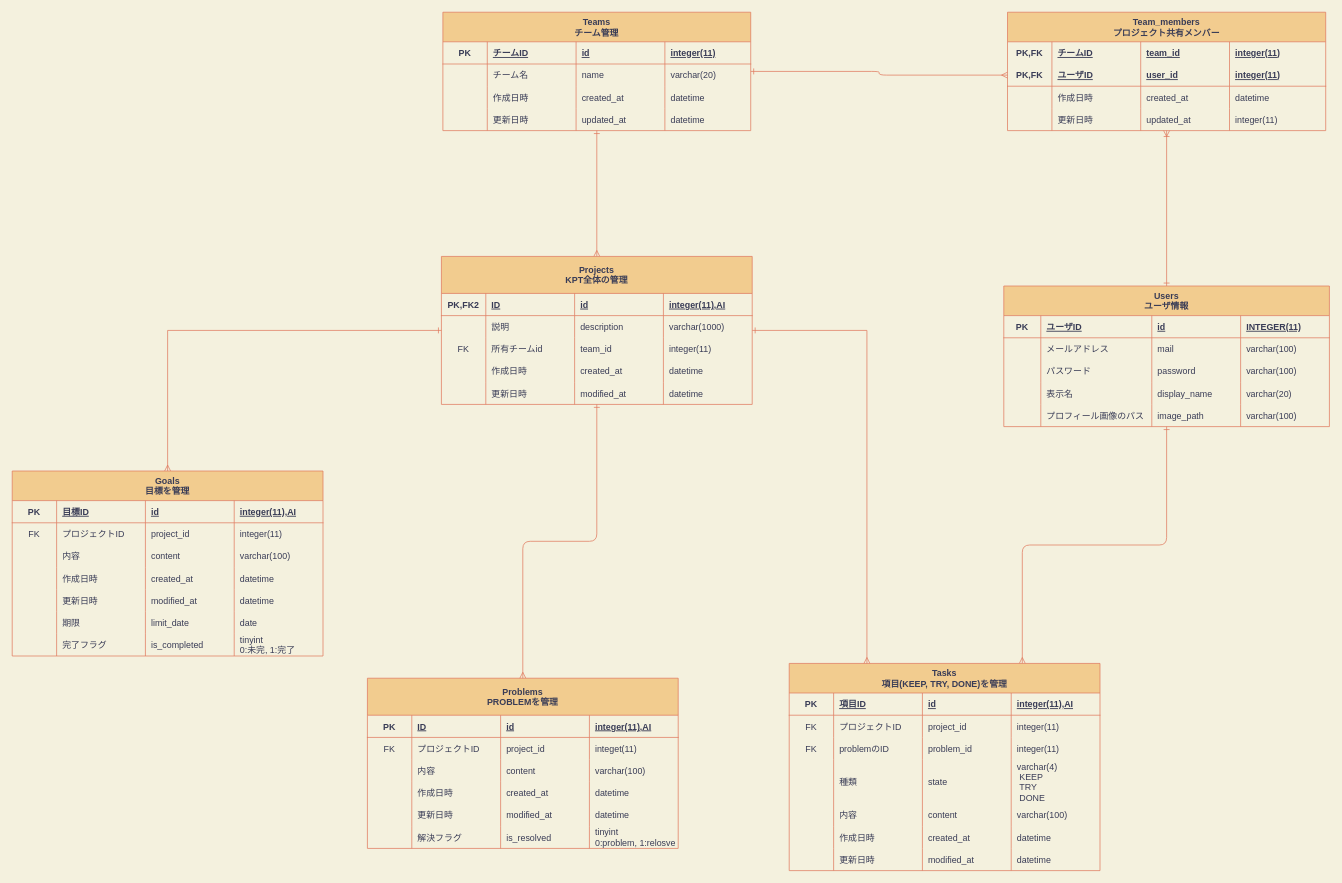
nanas773/kpt-design keeps this draw.io diagram as database_er_diagram.drawio. Above is the earlier version. Source tidied: cells renumbered, new cells numbered last; positions are measured from the earlier drawing's top-left corner, leaving out a move shared by most shapes. Both pictures are drawn from the tidied source at 74%, with x=0, y=0 at pixel (12, 12).
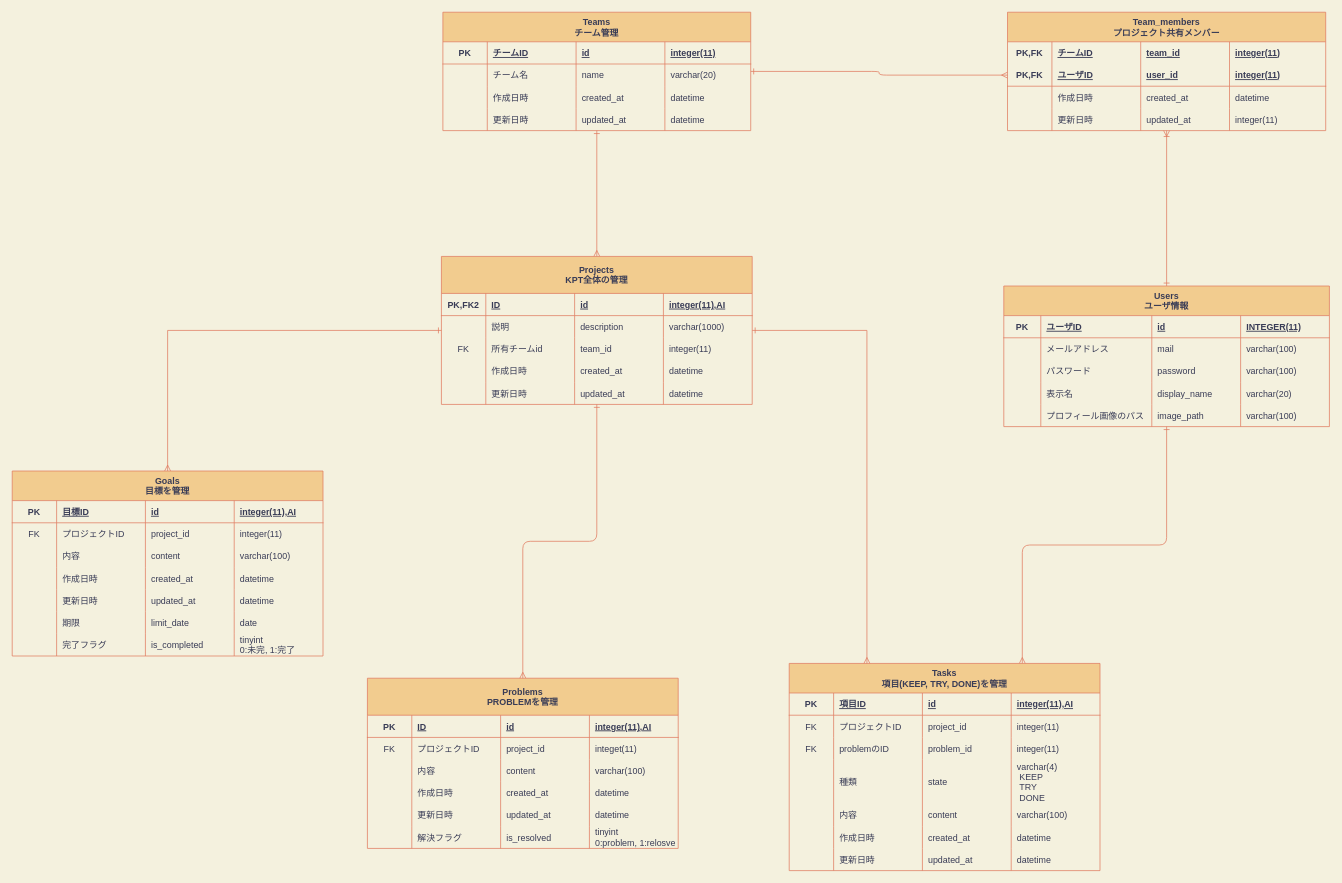
Above is the later version.

Commit message:
Fix: modified_atをupdated_atに変更

Unchanged cells that the change refers to:
```xml
<mxCell id="84" style="shape=partialRectangle;fillColor=none;top=0;left=0;bottom=0;right=0;strokeColor=#E07A5F;fontColor=#393C56;" parent="53" vertex="1">
  <mxGeometry y="250" width="420" height="30" as="geometry" />
</mxCell>
<mxCell id="110" style="shape=partialRectangle;fillColor=none;top=0;left=0;bottom=0;right=0;strokeColor=#E07A5F;fontColor=#393C56;" parent="89" vertex="1">
  <mxGeometry y="170" width="420" height="30" as="geometry" />
</mxCell>
<mxCell id="143" style="shape=partialRectangle;fillColor=none;top=0;left=0;bottom=0;right=0;strokeColor=#E07A5F;fontColor=#393C56;" parent="122" vertex="1">
  <mxGeometry y="170" width="420" height="30" as="geometry" />
</mxCell>
<mxCell id="171" style="shape=partialRectangle;fillColor=none;top=0;left=0;bottom=0;right=0;strokeColor=#E07A5F;fontColor=#393C56;" parent="150" vertex="1">
  <mxGeometry y="160" width="420" height="30" as="geometry" />
</mxCell>
```

What changed in the source:
```diff
@@
-    <mxCell id="87" value="modified_at" style="shape=partialRectangle;fillColor=none;top=0;left=0;bottom=0;right=0;align=left;spacingLeft=6;overflow=hidden;strokeColor=#E07A5F;fontColor=#393C56;" parent="84" vertex="1">
+    <mxCell id="87" value="updated_at" style="shape=partialRectangle;fillColor=none;top=0;left=0;bottom=0;right=0;align=left;spacingLeft=6;overflow=hidden;strokeColor=#E07A5F;fontColor=#393C56;" parent="84" vertex="1">
       <mxGeometry x="180" width="120" height="30" as="geometry" />
     </mxCell>
@@
-    <mxCell id="113" value="modified_at" style="shape=partialRectangle;fillColor=none;top=0;left=0;bottom=0;right=0;align=left;spacingLeft=6;overflow=hidden;strokeColor=#E07A5F;fontColor=#393C56;" parent="110" vertex="1">
+    <mxCell id="113" value="updated_at" style="shape=partialRectangle;fillColor=none;top=0;left=0;bottom=0;right=0;align=left;spacingLeft=6;overflow=hidden;strokeColor=#E07A5F;fontColor=#393C56;" parent="110" vertex="1">
       <mxGeometry x="180" width="120" height="30" as="geometry" />
     </mxCell>
@@
-    <mxCell id="146" value="modified_at" style="shape=partialRectangle;fillColor=none;top=0;left=0;bottom=0;right=0;align=left;spacingLeft=6;overflow=hidden;strokeColor=#E07A5F;fontColor=#393C56;" parent="143" vertex="1">
+    <mxCell id="146" value="updated_at" style="shape=partialRectangle;fillColor=none;top=0;left=0;bottom=0;right=0;align=left;spacingLeft=6;overflow=hidden;strokeColor=#E07A5F;fontColor=#393C56;" parent="143" vertex="1">
       <mxGeometry x="180" width="120" height="30" as="geometry" />
     </mxCell>
@@
-    <mxCell id="174" value="modified_at" style="shape=partialRectangle;fillColor=none;top=0;left=0;bottom=0;right=0;align=left;spacingLeft=6;overflow=hidden;strokeColor=#E07A5F;fontColor=#393C56;" parent="171" vertex="1">
+    <mxCell id="174" value="updated_at" style="shape=partialRectangle;fillColor=none;top=0;left=0;bottom=0;right=0;align=left;spacingLeft=6;overflow=hidden;strokeColor=#E07A5F;fontColor=#393C56;" parent="171" vertex="1">
       <mxGeometry x="180" width="120" height="30" as="geometry" />
     </mxCell>
```
